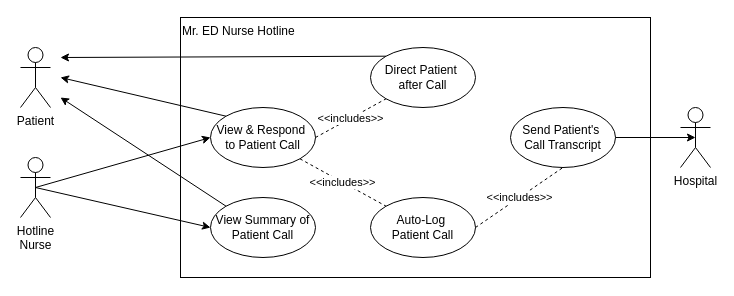
Earlier version of the draw.io diagram Nurse_Hotline_UseCaseDiagram.drawio (SENG-350-2024-fall/Team9). Source tidied: cells renumbered, new cells numbered last; positions are measured from the earlier drawing's top-left corner, leaving out a move shared by most shapes. Both pictures are drawn from the tidied source at 100%, with x=0, y=0 at pixel (20, 17).
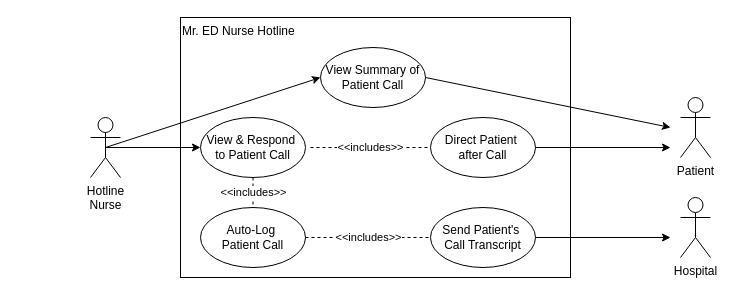
The same diagram, later.

The edit, as a diff of the source:
```diff
@@
     <mxCell id="2" value="Mr. ED Nurse Hotline&lt;div&gt;&lt;br&gt;&lt;/div&gt;" style="rounded=0;whiteSpace=wrap;html=1;fillColor=none;align=left;verticalAlign=top;" parent="1" vertex="1">
-      <mxGeometry x="160" width="470" height="260" as="geometry" />
+      <mxGeometry x="160" width="390" height="260" as="geometry" />
     </mxCell>
     <mxCell id="3" value="Hotline&lt;div&gt;&lt;span style=&quot;background-color: initial;&quot;&gt;Nurse&lt;/span&gt;&lt;/div&gt;" style="shape=umlActor;verticalLabelPosition=bottom;verticalAlign=top;html=1;outlineConnect=0;align=center;" parent="1" vertex="1">
-      <mxGeometry y="140" width="30" height="60" as="geometry" />
+      <mxGeometry x="70" y="100" width="30" height="60" as="geometry" />
     </mxCell>
     <mxCell id="4" value="View &amp;amp; Respond&amp;nbsp;&lt;div&gt;to Patient Call&lt;/div&gt;" style="ellipse;whiteSpace=wrap;html=1;" parent="1" vertex="1">
-      <mxGeometry x="190" y="90" width="105" height="60" as="geometry" />
+      <mxGeometry x="180" y="100" width="105" height="60" as="geometry" />
     </mxCell>
     <mxCell id="5" value="View Summary of Patient Call" style="ellipse;whiteSpace=wrap;html=1;" parent="1" vertex="1">
-      <mxGeometry x="190" y="180" width="105" height="60" as="geometry" />
+      <mxGeometry x="300" y="30" width="105" height="60" as="geometry" />
     </mxCell>
     <mxCell id="6" value="Auto-Log&amp;nbsp;&lt;br&gt;Patient Call" style="ellipse;whiteSpace=wrap;html=1;" parent="1" vertex="1">
-      <mxGeometry x="350" y="180" width="105" height="60" as="geometry" />
+      <mxGeometry x="180" y="190" width="105" height="60" as="geometry" />
     </mxCell>
     <mxCell id="7" value="Send Patient's&amp;nbsp;&lt;div&gt;Call Transcript&lt;/div&gt;" style="ellipse;whiteSpace=wrap;html=1;" parent="1" vertex="1">
-      <mxGeometry x="490" y="90" width="105" height="60" as="geometry" />
+      <mxGeometry x="410" y="190" width="105" height="60" as="geometry" />
     </mxCell>
     <mxCell id="8" value="&lt;div&gt;Direct Patient&amp;nbsp;&lt;/div&gt;&lt;div&gt;after Call&lt;/div&gt;" style="ellipse;whiteSpace=wrap;html=1;" parent="1" vertex="1">
-      <mxGeometry x="350" y="30" width="105" height="60" as="geometry" />
+      <mxGeometry x="410" y="100" width="105" height="60" as="geometry" />
     </mxCell>
@@
-    <mxCell id="11" value="&amp;lt;&amp;lt;includes&amp;gt;&amp;gt;" style="endArrow=none;dashed=1;html=1;rounded=0;entryX=0.5;entryY=1;entryDx=0;entryDy=0;exitX=1;exitY=0.5;exitDx=0;exitDy=0;" parent="1" edge="1" source="6" target="7">
+    <mxCell id="11" value="&amp;lt;&amp;lt;includes&amp;gt;&amp;gt;" style="endArrow=none;dashed=1;html=1;rounded=0;entryX=0;entryY=0.5;entryDx=0;entryDy=0;exitX=1;exitY=0.5;exitDx=0;exitDy=0;" parent="1" edge="1" source="6" target="7">
       <mxGeometry relative="1" as="geometry" />
     </mxCell>
-    <mxCell id="12" value="&amp;lt;&amp;lt;includes&amp;gt;&amp;gt;" style="endArrow=none;dashed=1;html=1;rounded=0;entryX=0;entryY=1;entryDx=0;entryDy=0;exitX=1;exitY=0.5;exitDx=0;exitDy=0;" parent="1" edge="1" source="4" target="8">
-      <mxGeometry relative="1" as="geometry" />
+    <mxCell id="12" value="&amp;lt;&amp;lt;includes&amp;gt;&amp;gt;" style="endArrow=none;dashed=1;html=1;rounded=0;entryX=0;entryY=0.5;entryDx=0;entryDy=0;" parent="1" edge="1" target="8">
+      <mxGeometry relative="1" as="geometry">
+        <mxPoint x="290" y="130" as="sourcePoint" />
+      </mxGeometry>
     </mxCell>
-    <mxCell id="13" value="&amp;lt;&amp;lt;includes&amp;gt;&amp;gt;" style="endArrow=none;dashed=1;html=1;rounded=0;entryX=0;entryY=0;entryDx=0;entryDy=0;exitX=1;exitY=1;exitDx=0;exitDy=0;" parent="1" edge="1" source="4" target="6">
+    <mxCell id="13" value="&amp;lt;&amp;lt;includes&amp;gt;&amp;gt;" style="endArrow=none;dashed=1;html=1;rounded=0;entryX=0.5;entryY=0;entryDx=0;entryDy=0;exitX=0.5;exitY=1;exitDx=0;exitDy=0;" parent="1" edge="1" source="4" target="6">
       <mxGeometry relative="1" as="geometry" />
     </mxCell>
     <mxCell id="14" value="Patient" style="shape=umlActor;verticalLabelPosition=bottom;verticalAlign=top;html=1;align=center;" parent="1" vertex="1">
-      <mxGeometry y="30" width="30" height="60" as="geometry" />
+      <mxGeometry x="660" y="80" width="30" height="60" as="geometry" />
     </mxCell>
-    <mxCell id="15" style="endArrow=classic;html=1;rounded=0;exitX=0;exitY=0;exitDx=0;exitDy=0;" parent="1" edge="1" source="5">
-      <mxGeometry relative="1" as="geometry">
-        <mxPoint x="40" y="80" as="targetPoint" />
-      </mxGeometry>
-    </mxCell>
-    <mxCell id="16" style="endArrow=classic;html=1;rounded=0;exitX=0;exitY=0;exitDx=0;exitDy=0;" parent="1" edge="1" source="4">
-      <mxGeometry relative="1" as="geometry">
-        <mxPoint x="40" y="60" as="targetPoint" />
-      </mxGeometry>
-    </mxCell>
-    <mxCell id="17" style="endArrow=classic;html=1;rounded=0;exitX=0;exitY=0;exitDx=0;exitDy=0;" parent="1" edge="1" source="8">
+    <mxCell id="17" style="endArrow=classic;html=1;rounded=0;exitX=1;exitY=0.5;exitDx=0;exitDy=0;" parent="1" edge="1" source="8">
       <mxGeometry relative="1" as="geometry">
-        <mxPoint x="40" y="40" as="targetPoint" />
+        <mxPoint x="650" y="130" as="targetPoint" />
       </mxGeometry>
     </mxCell>
     <mxCell id="18" value="Hospital" style="shape=umlActor;verticalLabelPosition=bottom;verticalAlign=top;html=1;outlineConnect=0;" parent="1" vertex="1">
-      <mxGeometry x="660" y="90" width="30" height="60" as="geometry" />
+      <mxGeometry x="660" y="180" width="30" height="60" as="geometry" />
     </mxCell>
-    <mxCell id="19" style="endArrow=classic;html=1;rounded=0;entryX=0.5;entryY=0.5;entryDx=0;entryDy=0;entryPerimeter=0;exitX=1;exitY=0.5;exitDx=0;exitDy=0;" parent="1" edge="1" source="7" target="18">
-      <mxGeometry relative="1" as="geometry" />
+    <mxCell id="19" style="endArrow=classic;html=1;rounded=0;exitX=1;exitY=0.5;exitDx=0;exitDy=0;" parent="1" edge="1" source="7">
+      <mxGeometry relative="1" as="geometry">
+        <mxPoint x="650" y="220" as="targetPoint" />
+      </mxGeometry>
     </mxCell>
+    <mxCell id="20" style="endArrow=classic;html=1;rounded=0;exitX=1;exitY=0.5;exitDx=0;exitDy=0;" parent="1" edge="1" source="5">
+      <mxGeometry relative="1" as="geometry">
+        <mxPoint x="650" y="110" as="targetPoint" />
+      </mxGeometry>
+    </mxCell>
```
